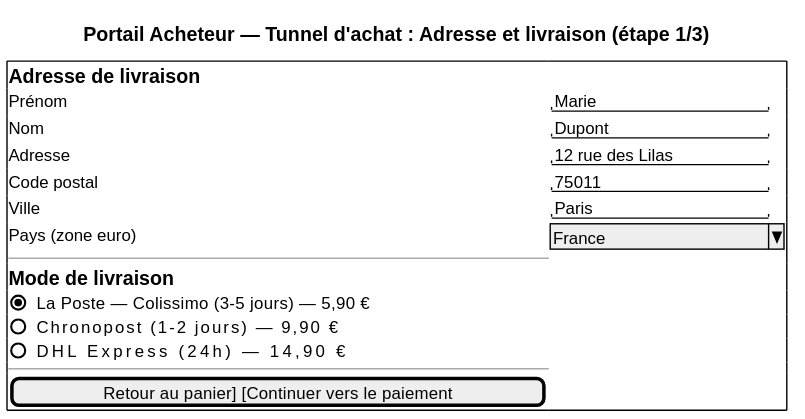
This is architecture/04-physical-architecture/diagrams/ihm-pa-tunnel-adresse.svg from louistalvande/online_shop, a PlantUML export, as it was before one commit.
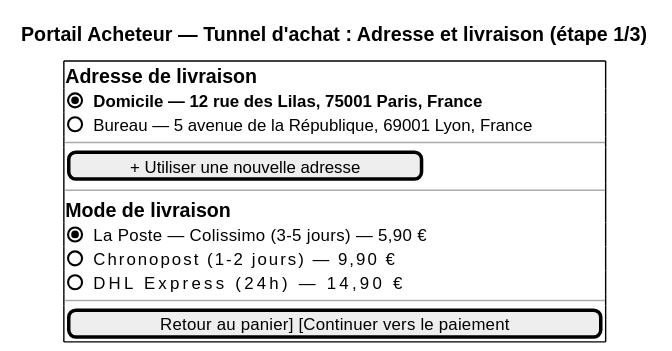
The same file after the commit.

Diff of the diagram source:
```diff
@@ -3,12 +3,10 @@
 
 {+
   == Adresse de livraison
-  Prénom       | "Marie              "
-  Nom          | "Dupont             "
-  Adresse      | "12 rue des Lilas   "
-  Code postal  | "75011              "
-  Ville        | "Paris              "
-  Pays (zone euro)    | ^France             ^
+  (X) <b>Domicile — 12 rue des Lilas, 75001 Paris, France
+  ( ) Bureau — 5 avenue de la République, 69001 Lyon, France
+  --
+  [+ Utiliser une nouvelle adresse]
   --
   == Mode de livraison
   (X) La Poste — Colissimo (3-5 jours)    — 5,90 €
```
